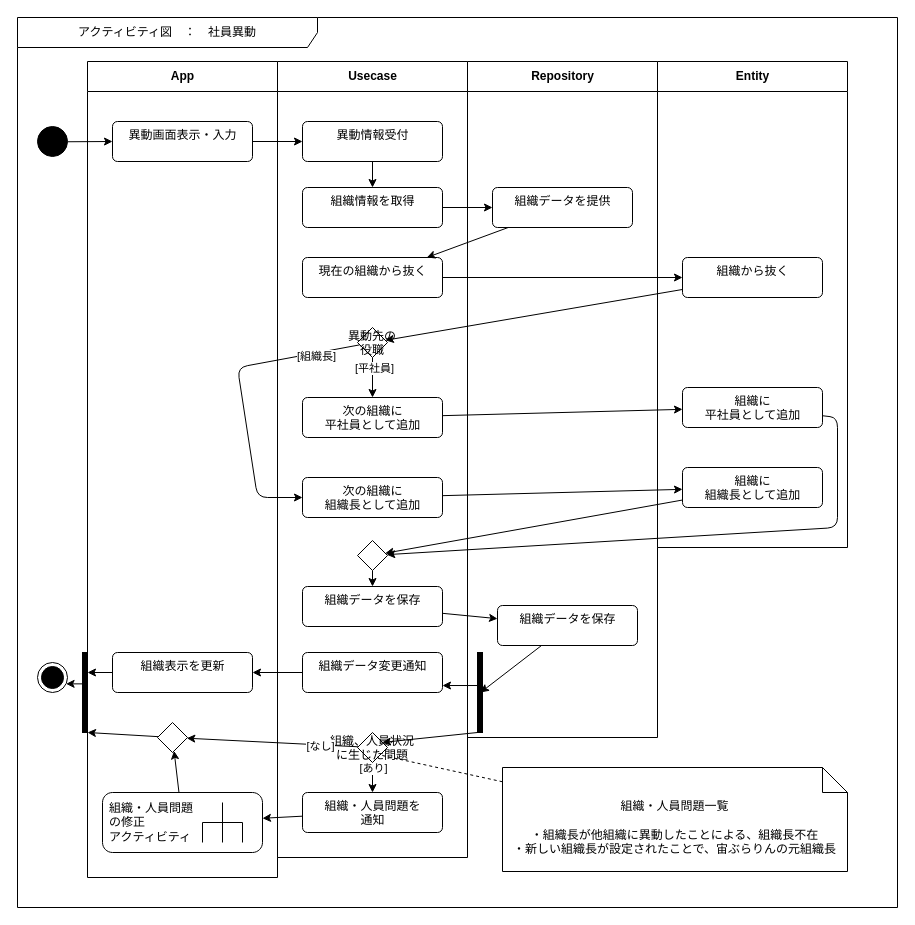
Before: page "社員異動" (3 of 7) of Designs/アクティビティ/アクティビティ図.drawio in bosssanovar/LightMvvmSample, a draw.io diagram. Source tidied: cells renumbered, new cells numbered last; positions are measured from the earlier drawing's top-left corner, leaving out a move shared by most shapes. Both pictures are drawn from the tidied source at 100%, with x=0, y=0 at pixel (17, 17).
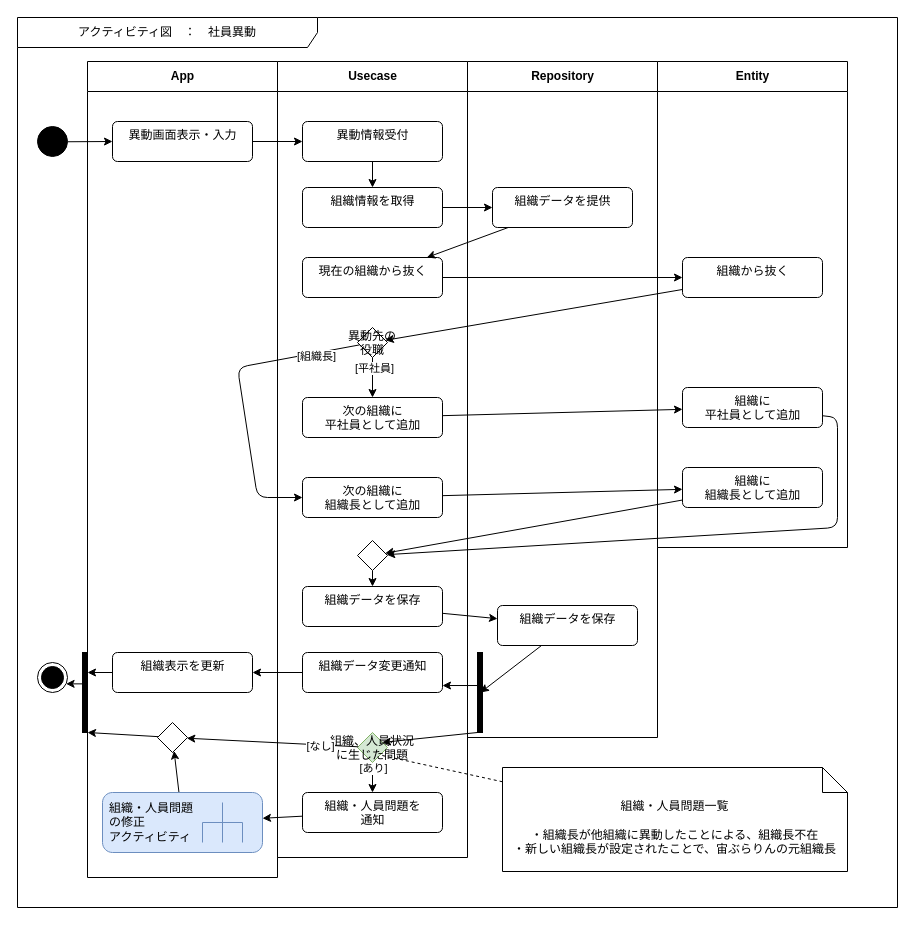
The same page after the edit.

The change refers to these unchanged cells:
```xml
<mxCell id="12" value="App" style="swimlane;fontStyle=1;align=center;horizontal=1;startSize=30;html=1;swimlaneFillColor=#FFFFFF;" parent="1" vertex="1">
  <mxGeometry x="70" y="44" width="190" height="816" as="geometry" />
</mxCell>
<mxCell id="21" value="Usecase" style="swimlane;fontStyle=1;align=center;horizontal=1;startSize=30;html=1;swimlaneFillColor=#FFFFFF;" parent="1" vertex="1">
  <mxGeometry x="260" y="44" width="190" height="796" as="geometry" />
</mxCell>
```

Change to the diagram source:
```diff
@@
-    <mxCell id="20" value="組織・人員問題&lt;br&gt;の修正&lt;br&gt;アクティビティ" style="shape=mxgraph.uml25.behaviorAction;html=1;rounded=1;absoluteArcSize=1;arcSize=10;align=left;spacingLeft=5;" parent="12" vertex="1">
+    <mxCell id="20" value="組織・人員問題&lt;br&gt;の修正&lt;br&gt;アクティビティ" style="shape=mxgraph.uml25.behaviorAction;html=1;rounded=1;absoluteArcSize=1;arcSize=10;align=left;spacingLeft=5;fillColor=#dae8fc;strokeColor=#6c8ebf;" parent="12" vertex="1">
       <mxGeometry x="15" y="731" width="160" height="60" as="geometry" />
     </mxCell>
@@
-    <mxCell id="38" value="組織、人員状況&#10;に生じた問題" style="rhombus;" parent="21" vertex="1">
+    <mxCell id="38" value="組織、人員状況&#10;に生じた問題" style="rhombus;fillColor=#d5e8d4;strokeColor=#82b366;" parent="21" vertex="1">
       <mxGeometry x="80" y="671" width="30" height="30" as="geometry" />
     </mxCell>
```
